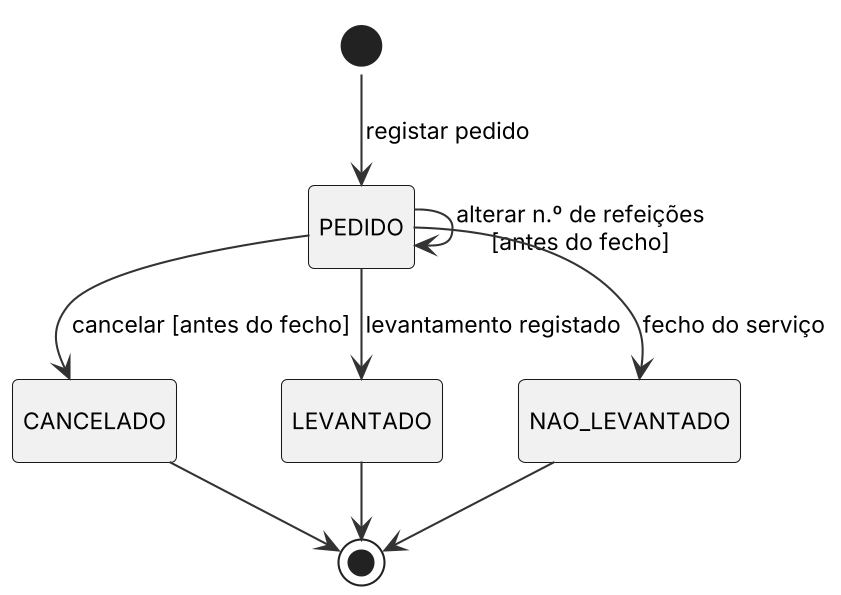
Before: Docs/diagramas/st_pedido.png, a diagram exported from PlantUML (Miguel31028/GASC).
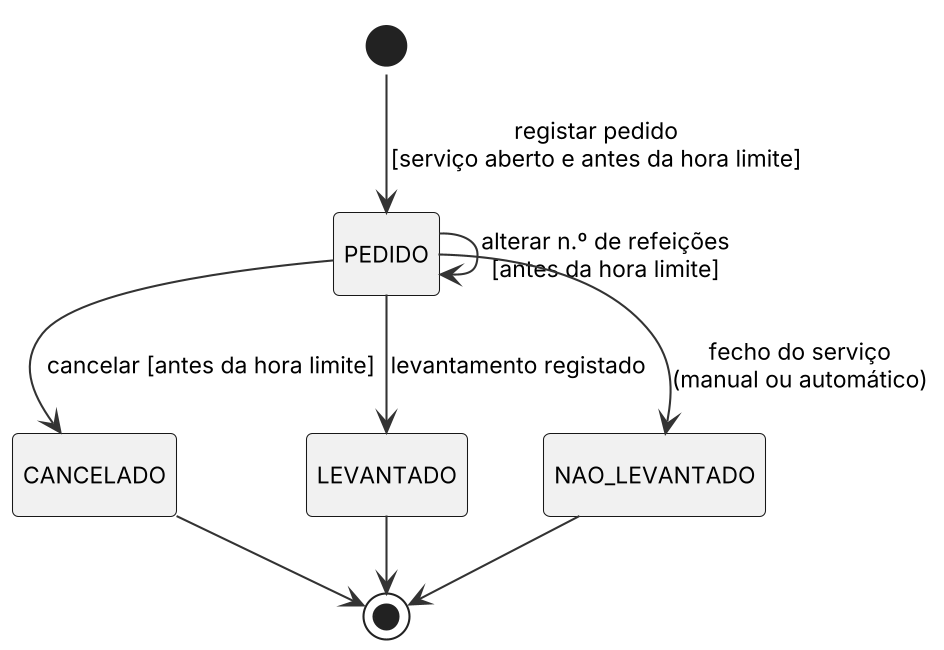
After the change.

The edit, as a diff of the source:
```diff
@@ -1,11 +1,11 @@
 @startuml
 !include _estilo.iuml
 hide empty description
-[*] --> PEDIDO : registar pedido
-PEDIDO --> PEDIDO : alterar n.º de refeições\n[antes do fecho]
-PEDIDO --> CANCELADO : cancelar [antes do fecho]
+[*] --> PEDIDO : registar pedido\n[serviço aberto e antes da hora limite]
+PEDIDO --> PEDIDO : alterar n.º de refeições\n[antes da hora limite]
+PEDIDO --> CANCELADO : cancelar [antes da hora limite]
 PEDIDO --> LEVANTADO : levantamento registado
-PEDIDO --> NAO_LEVANTADO : fecho do serviço
+PEDIDO --> NAO_LEVANTADO : fecho do serviço\n(manual ou automático)
 LEVANTADO --> [*]
 CANCELADO --> [*]
 NAO_LEVANTADO --> [*]
```
